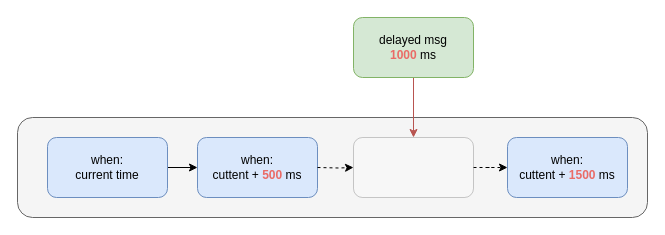
ellisonchan/MineGraph keeps this draw.io diagram as Message-no-delayed.drawio. Above is the earlier version. Source tidied: cells renumbered, new cells numbered last; positions are measured from the earlier drawing's top-left corner, leaving out a move shared by most shapes. Both pictures are drawn from the tidied source at 100%, with x=0, y=0 at pixel (17, 17).
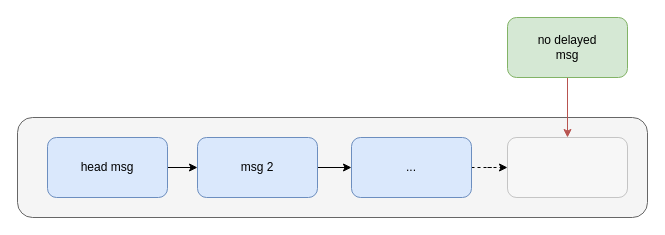
Above is the later version.

Change to the diagram source:
```diff
@@
 <mxGraphModel>
   <root>
     <mxCell id="0" />
     <mxCell id="1" parent="0" />
     <mxCell id="2" style="rounded=1;whiteSpace=wrap;html=1;fillColor=#f5f5f5;strokeColor=#666666;fontColor=#333333;" parent="1" vertex="1">
       <mxGeometry y="100" width="630" height="100" as="geometry" />
     </mxCell>
-    <mxCell id="3" style="edgeStyle=orthogonalEdgeStyle;rounded=0;jettySize=auto;html=1;" parent="1" edge="1" source="4" target="5">
-      <mxGeometry relative="1" as="geometry" />
-    </mxCell>
-    <mxCell id="4" value="when: &lt;br&gt;current time" style="rounded=1;whiteSpace=wrap;html=1;fillColor=#dae8fc;strokeColor=#6c8ebf;" parent="1" vertex="1">
-      <mxGeometry x="30" y="120" width="120" height="60" as="geometry" />
-    </mxCell>
-    <mxCell id="5" value="when:&lt;br&gt;cuttent + &lt;b&gt;&lt;font color=&quot;#ea6b66&quot;&gt;500&lt;/font&gt;&lt;/b&gt; ms" style="rounded=1;whiteSpace=wrap;html=1;fillColor=#dae8fc;strokeColor=#6c8ebf;" parent="1" vertex="1">
-      <mxGeometry x="180" y="120" width="120" height="60" as="geometry" />
-    </mxCell>
-    <mxCell id="6" style="edgeStyle=orthogonalEdgeStyle;rounded=0;jettySize=auto;html=1;dashed=1;" parent="1" edge="1" target="9">
-      <mxGeometry relative="1" as="geometry">
-        <mxPoint x="300" y="150" as="sourcePoint" />
-      </mxGeometry>
-    </mxCell>
-    <mxCell id="7" value="when:&lt;br&gt;cuttent + &lt;font color=&quot;#ea6b66&quot;&gt;&lt;b&gt;1500&lt;/b&gt;&lt;/font&gt; ms" style="rounded=1;whiteSpace=wrap;html=1;fillColor=#dae8fc;strokeColor=#6c8ebf;" parent="1" vertex="1">
-      <mxGeometry x="490" y="120" width="120" height="60" as="geometry" />
-    </mxCell>
-    <mxCell id="8" style="edgeStyle=orthogonalEdgeStyle;rounded=0;jettySize=auto;html=1;dashed=1;" parent="1" edge="1" source="9" target="7">
-      <mxGeometry relative="1" as="geometry" />
-    </mxCell>
-    <mxCell id="9" style="rounded=1;whiteSpace=wrap;html=1;opacity=20;" parent="1" vertex="1">
-      <mxGeometry x="336" y="120" width="120" height="60" as="geometry" />
-    </mxCell>
-    <mxCell id="10" style="edgeStyle=orthogonalEdgeStyle;rounded=0;jettySize=auto;html=1;fillColor=#f8cecc;strokeColor=#b85450;" parent="1" edge="1" source="11" target="9">
-      <mxGeometry relative="1" as="geometry" />
-    </mxCell>
-    <mxCell id="11" value="delayed msg&lt;br&gt;&lt;b&gt;&lt;font color=&quot;#ea6b66&quot;&gt;1000 &lt;/font&gt;&lt;/b&gt;ms" style="rounded=1;whiteSpace=wrap;html=1;fillColor=#d5e8d4;strokeColor=#82b366;" parent="1" vertex="1">
-      <mxGeometry x="336" width="120" height="60" as="geometry" />
-    </mxCell>
+    <mxCell id="12" style="edgeStyle=orthogonalEdgeStyle;rounded=0;jettySize=auto;html=1;" parent="1" edge="1" source="13" target="15">
+      <mxGeometry relative="1" as="geometry" />
+    </mxCell>
+    <mxCell id="13" value="head msg" style="rounded=1;whiteSpace=wrap;html=1;fillColor=#dae8fc;strokeColor=#6c8ebf;" parent="1" vertex="1">
+      <mxGeometry x="30" y="120" width="120" height="60" as="geometry" />
+    </mxCell>
+    <mxCell id="14" style="edgeStyle=orthogonalEdgeStyle;rounded=0;jettySize=auto;html=1;" parent="1" edge="1" source="15" target="17">
+      <mxGeometry relative="1" as="geometry" />
+    </mxCell>
+    <mxCell id="15" value="msg 2" style="rounded=1;whiteSpace=wrap;html=1;fillColor=#dae8fc;strokeColor=#6c8ebf;" parent="1" vertex="1">
+      <mxGeometry x="180" y="120" width="120" height="60" as="geometry" />
+    </mxCell>
+    <mxCell id="16" style="edgeStyle=orthogonalEdgeStyle;rounded=0;jettySize=auto;html=1;dashed=1;" parent="1" edge="1" source="17" target="18">
+      <mxGeometry relative="1" as="geometry" />
+    </mxCell>
+    <mxCell id="17" value="..." style="rounded=1;whiteSpace=wrap;html=1;fillColor=#dae8fc;strokeColor=#6c8ebf;" parent="1" vertex="1">
+      <mxGeometry x="334" y="120" width="120" height="60" as="geometry" />
+    </mxCell>
+    <mxCell id="18" style="rounded=1;whiteSpace=wrap;html=1;opacity=20;" parent="1" vertex="1">
+      <mxGeometry x="490" y="120" width="120" height="60" as="geometry" />
+    </mxCell>
+    <mxCell id="19" style="edgeStyle=orthogonalEdgeStyle;rounded=0;jettySize=auto;html=1;fillColor=#f8cecc;strokeColor=#b85450;" parent="1" edge="1" source="20" target="18">
+      <mxGeometry relative="1" as="geometry" />
+    </mxCell>
+    <mxCell id="20" value="no delayed&lt;br&gt;msg" style="rounded=1;whiteSpace=wrap;html=1;fillColor=#d5e8d4;strokeColor=#82b366;" parent="1" vertex="1">
+      <mxGeometry x="490" width="120" height="60" as="geometry" />
+    </mxCell>
   </root>
 </mxGraphModel>
```
